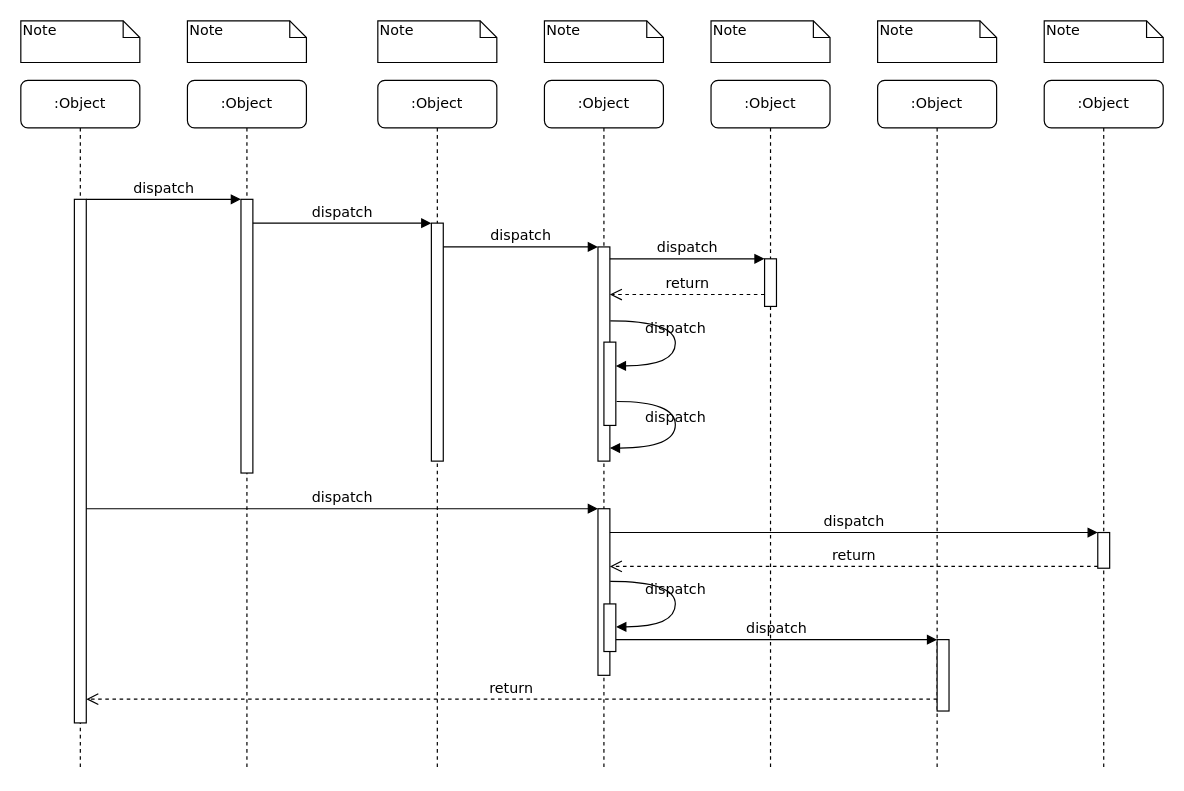
Earlier version of the draw.io diagram week01/week01-SequenceDiagram.drawio (iuhw/architect). Source tidied: cells renumbered, new cells numbered last; positions are measured from the earlier drawing's top-left corner, leaving out a move shared by most shapes. Both pictures are drawn from the tidied source at 119%, with x=0, y=0 at pixel (20, 20).
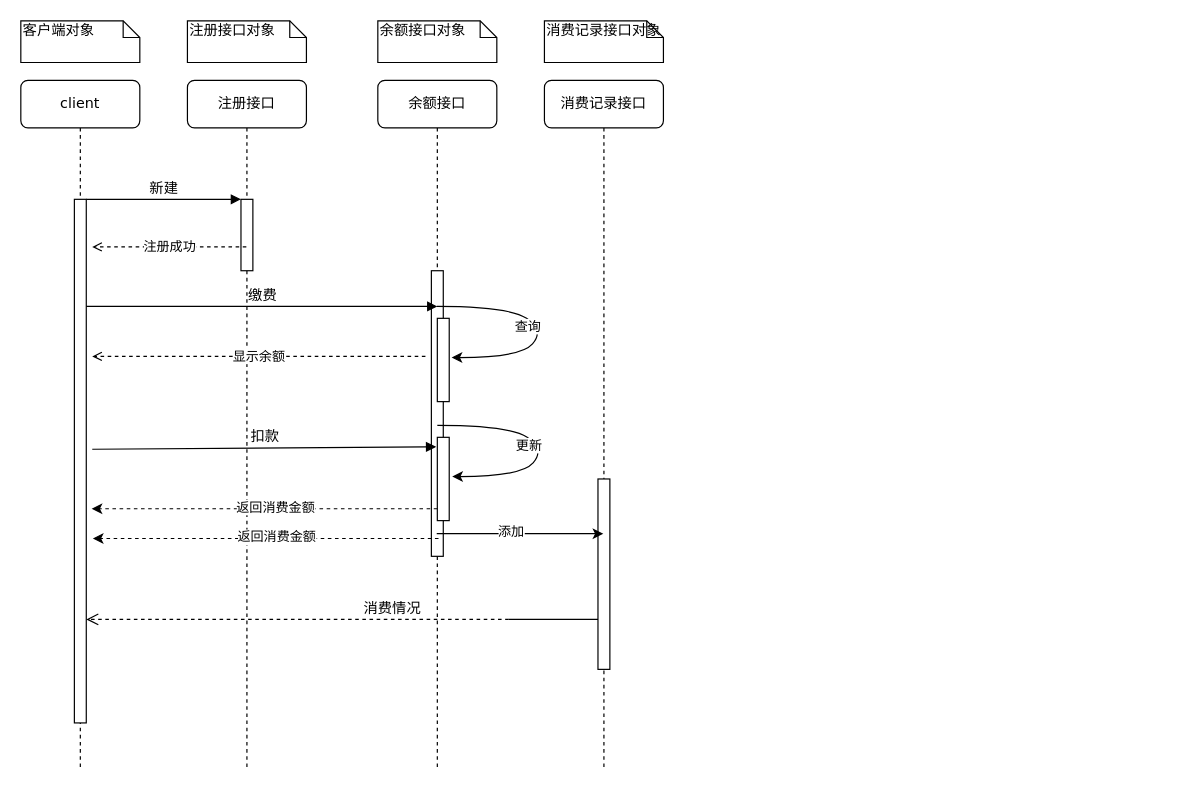
After the change.

Unchanged cells that the change refers to:
```xml
<mxCell id="11" style="html=1;points=[];perimeter=orthogonalPerimeter;rounded=0;shadow=0;comic=0;labelBackgroundColor=none;strokeWidth=1;fontFamily=Verdana;fontSize=12;align=center;" parent="10" vertex="1">
  <mxGeometry x="45" y="100" width="10" height="440" as="geometry" />
</mxCell>
```

What changed in the source:
```diff
@@
-    <mxCell id="2" value=":Object" style="shape=umlLifeline;perimeter=lifelinePerimeter;whiteSpace=wrap;html=1;outlineConnect=0;rounded=1;shadow=0;comic=0;labelBackgroundColor=none;strokeWidth=1;fontFamily=Verdana;fontSize=12;align=center;" parent="1" vertex="1">
+    <mxCell id="2" value="注册接口" style="shape=umlLifeline;perimeter=lifelinePerimeter;whiteSpace=wrap;html=1;outlineConnect=0;rounded=1;shadow=0;comic=0;labelBackgroundColor=none;strokeWidth=1;fontFamily=Verdana;fontSize=12;align=center;" parent="1" vertex="1">
       <mxGeometry x="140" y="50" width="100" height="580" as="geometry" />
     </mxCell>
     <mxCell id="3" style="html=1;points=[];perimeter=orthogonalPerimeter;rounded=0;shadow=0;comic=0;labelBackgroundColor=none;strokeWidth=1;fontFamily=Verdana;fontSize=12;align=center;" parent="2" vertex="1">
-      <mxGeometry x="45" y="100" width="10" height="230" as="geometry" />
+      <mxGeometry x="45" y="100" width="10" height="60" as="geometry" />
     </mxCell>
-    <mxCell id="4" value=":Object" style="shape=umlLifeline;perimeter=lifelinePerimeter;whiteSpace=wrap;html=1;outlineConnect=0;rounded=1;shadow=0;comic=0;labelBackgroundColor=none;strokeWidth=1;fontFamily=Verdana;fontSize=12;align=center;" parent="1" vertex="1">
+    <mxCell id="4" value="余额接口" style="shape=umlLifeline;perimeter=lifelinePerimeter;whiteSpace=wrap;html=1;outlineConnect=0;rounded=1;shadow=0;comic=0;labelBackgroundColor=none;strokeWidth=1;fontFamily=Verdana;fontSize=12;align=center;" parent="1" vertex="1">
       <mxGeometry x="300" y="50" width="100" height="580" as="geometry" />
     </mxCell>
     <mxCell id="5" style="html=1;points=[];perimeter=orthogonalPerimeter;rounded=0;shadow=0;comic=0;labelBackgroundColor=none;strokeWidth=1;fontFamily=Verdana;fontSize=12;align=center;" parent="4" vertex="1">
-      <mxGeometry x="45" y="120" width="10" height="200" as="geometry" />
+      <mxGeometry x="45" y="160" width="10" height="240" as="geometry" />
     </mxCell>
-    <mxCell id="6" value=":Object" style="shape=umlLifeline;perimeter=lifelinePerimeter;whiteSpace=wrap;html=1;rounded=1;shadow=0;comic=0;labelBackgroundColor=none;strokeWidth=1;fontFamily=Verdana;fontSize=12;align=center;" parent="1" vertex="1">
+    <mxCell id="6" value="消费记录接口" style="shape=umlLifeline;perimeter=lifelinePerimeter;whiteSpace=wrap;html=1;rounded=1;shadow=0;comic=0;labelBackgroundColor=none;strokeWidth=1;fontFamily=Verdana;fontSize=12;align=center;" parent="1" vertex="1">
       <mxGeometry x="440" y="50" width="100" height="580" as="geometry" />
     </mxCell>
-    <mxCell id="7" value=":Object" style="shape=umlLifeline;perimeter=lifelinePerimeter;whiteSpace=wrap;html=1;rounded=1;shadow=0;comic=0;labelBackgroundColor=none;strokeWidth=1;fontFamily=Verdana;fontSize=12;align=center;" parent="1" vertex="1">
-      <mxGeometry x="580" y="50" width="100" height="580" as="geometry" />
-    </mxCell>
-    <mxCell id="8" value=":Object" style="shape=umlLifeline;perimeter=lifelinePerimeter;whiteSpace=wrap;html=1;rounded=1;shadow=0;comic=0;labelBackgroundColor=none;strokeWidth=1;fontFamily=Verdana;fontSize=12;align=center;" parent="1" vertex="1">
-      <mxGeometry x="720" y="50" width="100" height="580" as="geometry" />
-    </mxCell>
-    <mxCell id="9" value=":Object" style="shape=umlLifeline;perimeter=lifelinePerimeter;whiteSpace=wrap;html=1;rounded=1;shadow=0;comic=0;labelBackgroundColor=none;strokeWidth=1;fontFamily=Verdana;fontSize=12;align=center;" parent="1" vertex="1">
-      <mxGeometry x="860" y="50" width="100" height="580" as="geometry" />
-    </mxCell>
+    <mxCell id="30" style="html=1;points=[];perimeter=orthogonalPerimeter;rounded=0;shadow=0;comic=0;labelBackgroundColor=none;strokeWidth=1;fontFamily=Verdana;fontSize=12;align=center;" parent="6" vertex="1">
+      <mxGeometry x="45" y="335" width="10" height="160" as="geometry" />
+    </mxCell>
-    <mxCell id="10" value=":Object" style="shape=umlLifeline;perimeter=lifelinePerimeter;whiteSpace=wrap;html=1;rounded=1;shadow=0;comic=0;labelBackgroundColor=none;strokeWidth=1;fontFamily=Verdana;fontSize=12;align=center;" parent="1" vertex="1">
+    <mxCell id="10" value="client" style="shape=umlLifeline;perimeter=lifelinePerimeter;whiteSpace=wrap;html=1;rounded=1;shadow=0;comic=0;labelBackgroundColor=none;strokeWidth=1;fontFamily=Verdana;fontSize=12;align=center;" parent="1" vertex="1">
       <mxGeometry y="50" width="100" height="580" as="geometry" />
     </mxCell>
@@
-    <mxCell id="12" style="html=1;points=[];perimeter=orthogonalPerimeter;rounded=0;shadow=0;comic=0;labelBackgroundColor=none;strokeWidth=1;fontFamily=Verdana;fontSize=12;align=center;" parent="1" vertex="1">
-      <mxGeometry x="485" y="190" width="10" height="180" as="geometry" />
-    </mxCell>
-    <mxCell id="13" value="dispatch" style="html=1;verticalAlign=bottom;endArrow=block;labelBackgroundColor=none;fontFamily=Verdana;fontSize=12;edgeStyle=elbowEdgeStyle;elbow=vertical;" parent="1" edge="1" source="5" target="12">
-      <mxGeometry relative="1" as="geometry">
-        <Array as="points">
-          <mxPoint x="360" y="190" />
-        </Array>
-      </mxGeometry>
-    </mxCell>
-    <mxCell id="14" style="html=1;points=[];perimeter=orthogonalPerimeter;rounded=0;shadow=0;comic=0;labelBackgroundColor=none;strokeWidth=1;fontFamily=Verdana;fontSize=12;align=center;" parent="1" vertex="1">
-      <mxGeometry x="625" y="200" width="10" height="40" as="geometry" />
-    </mxCell>
-    <mxCell id="15" value="dispatch" style="html=1;verticalAlign=bottom;endArrow=block;entryX=0;entryY=0;labelBackgroundColor=none;fontFamily=Verdana;fontSize=12;edgeStyle=elbowEdgeStyle;elbow=vertical;" parent="1" edge="1" source="12" target="14">
-      <mxGeometry relative="1" as="geometry" />
-    </mxCell>
-    <mxCell id="16" value="return" style="html=1;verticalAlign=bottom;endArrow=open;dashed=1;endSize=8;labelBackgroundColor=none;fontFamily=Verdana;fontSize=12;edgeStyle=elbowEdgeStyle;elbow=vertical;" parent="1" edge="1" source="14" target="12">
-      <mxGeometry relative="1" as="geometry">
-        <Array as="points">
-          <mxPoint x="570" y="230" />
-          <mxPoint x="600" y="230" />
-        </Array>
-      </mxGeometry>
-    </mxCell>
-    <mxCell id="17" style="html=1;points=[];perimeter=orthogonalPerimeter;rounded=0;shadow=0;comic=0;labelBackgroundColor=none;strokeWidth=1;fontFamily=Verdana;fontSize=12;align=center;" parent="1" vertex="1">
-      <mxGeometry x="485" y="410" width="10" height="140" as="geometry" />
-    </mxCell>
-    <mxCell id="18" value="dispatch" style="html=1;verticalAlign=bottom;endArrow=block;entryX=0;entryY=0;labelBackgroundColor=none;fontFamily=Verdana;fontSize=12;" parent="1" edge="1" source="11" target="17">
-      <mxGeometry relative="1" as="geometry" />
-    </mxCell>
-    <mxCell id="19" style="html=1;points=[];perimeter=orthogonalPerimeter;rounded=0;shadow=0;comic=0;labelBackgroundColor=none;strokeColor=#000000;strokeWidth=1;fillColor=#FFFFFF;fontFamily=Verdana;fontSize=12;fontColor=#000000;align=center;" parent="1" vertex="1">
-      <mxGeometry x="905" y="430" width="10" height="30" as="geometry" />
-    </mxCell>
-    <mxCell id="20" value="dispatch" style="html=1;verticalAlign=bottom;endArrow=block;entryX=0;entryY=0;labelBackgroundColor=none;fontFamily=Verdana;fontSize=12;" parent="1" edge="1" source="17" target="19">
-      <mxGeometry relative="1" as="geometry" />
-    </mxCell>
-    <mxCell id="21" value="return" style="html=1;verticalAlign=bottom;endArrow=open;dashed=1;endSize=8;exitX=0;exitY=0.95;labelBackgroundColor=none;fontFamily=Verdana;fontSize=12;" parent="1" edge="1" source="19" target="17">
-      <mxGeometry relative="1" as="geometry" />
-    </mxCell>
-    <mxCell id="22" style="html=1;points=[];perimeter=orthogonalPerimeter;rounded=0;shadow=0;comic=0;labelBackgroundColor=none;strokeWidth=1;fontFamily=Verdana;fontSize=12;align=center;" parent="1" vertex="1">
-      <mxGeometry x="770" y="520" width="10" height="60" as="geometry" />
-    </mxCell>
-    <mxCell id="23" value="dispatch" style="html=1;verticalAlign=bottom;endArrow=block;entryX=0;entryY=0;labelBackgroundColor=none;fontFamily=Verdana;fontSize=12;edgeStyle=elbowEdgeStyle;elbow=vertical;" parent="1" edge="1" source="30" target="22">
-      <mxGeometry relative="1" as="geometry" />
-    </mxCell>
-    <mxCell id="24" value="return" style="html=1;verticalAlign=bottom;endArrow=open;dashed=1;endSize=8;labelBackgroundColor=none;fontFamily=Verdana;fontSize=12;edgeStyle=elbowEdgeStyle;elbow=vertical;" parent="1" edge="1" source="22" target="11">
+    <mxCell id="24" value="消费情况" style="html=1;verticalAlign=bottom;endArrow=open;dashed=1;endSize=8;labelBackgroundColor=none;fontFamily=Verdana;fontSize=12;edgeStyle=elbowEdgeStyle;elbow=vertical;" parent="1" edge="1">
       <mxGeometry relative="1" as="geometry">
+        <mxPoint x="410" y="503" as="sourcePoint" />
+        <mxPoint x="55" y="503" as="targetPoint" />
         <Array as="points">
-          <mxPoint x="470" y="570" />
+          <mxPoint x="490" y="503" />
         </Array>
       </mxGeometry>
     </mxCell>
-    <mxCell id="25" value="dispatch" style="html=1;verticalAlign=bottom;endArrow=block;entryX=0;entryY=0;labelBackgroundColor=none;fontFamily=Verdana;fontSize=12;edgeStyle=elbowEdgeStyle;elbow=vertical;" parent="1" edge="1" source="11" target="3">
+    <mxCell id="25" value="新建" style="html=1;verticalAlign=bottom;endArrow=block;entryX=0;entryY=0;labelBackgroundColor=none;fontFamily=Verdana;fontSize=12;edgeStyle=elbowEdgeStyle;elbow=vertical;" parent="1" edge="1" source="11" target="3">
       <mxGeometry relative="1" as="geometry" />
     </mxCell>
-    <mxCell id="26" value="dispatch" style="html=1;verticalAlign=bottom;endArrow=block;entryX=0;entryY=0;labelBackgroundColor=none;fontFamily=Verdana;fontSize=12;edgeStyle=elbowEdgeStyle;elbow=vertical;" parent="1" edge="1" source="3" target="5">
-      <mxGeometry relative="1" as="geometry" />
+    <mxCell id="26" value="缴费" style="html=1;verticalAlign=bottom;endArrow=block;labelBackgroundColor=none;fontFamily=Verdana;fontSize=12;edgeStyle=elbowEdgeStyle;elbow=vertical;" parent="1" edge="1" source="11">
+      <mxGeometry relative="1" as="geometry">
+        <mxPoint x="350" y="240" as="targetPoint" />
+        <Array as="points">
+          <mxPoint x="240" y="240" />
+          <mxPoint x="280" y="220" />
+          <mxPoint x="120" y="310" />
+          <mxPoint x="220" y="310" />
+        </Array>
+      </mxGeometry>
     </mxCell>
     <mxCell id="27" style="html=1;points=[];perimeter=orthogonalPerimeter;rounded=0;shadow=0;comic=0;labelBackgroundColor=none;strokeWidth=1;fontFamily=Verdana;fontSize=12;align=center;" parent="1" vertex="1">
-      <mxGeometry x="490" y="270" width="10" height="70" as="geometry" />
+      <mxGeometry x="350" y="250" width="10" height="70" as="geometry" />
     </mxCell>
-    <mxCell id="28" value="dispatch" style="html=1;verticalAlign=bottom;endArrow=block;labelBackgroundColor=none;fontFamily=Verdana;fontSize=12;elbow=vertical;edgeStyle=orthogonalEdgeStyle;curved=1;entryX=1;entryY=0.286;entryPerimeter=0;exitX=1.038;exitY=0.345;exitPerimeter=0;" parent="1" edge="1" source="12" target="27">
-      <mxGeometry relative="1" as="geometry">
-        <Array as="points">
-          <mxPoint x="550" y="252" />
-          <mxPoint x="550" y="290" />
-        </Array>
-      </mxGeometry>
-    </mxCell>
-    <mxCell id="29" value="dispatch" style="html=1;verticalAlign=bottom;endArrow=block;labelBackgroundColor=none;fontFamily=Verdana;fontSize=12;elbow=vertical;edgeStyle=orthogonalEdgeStyle;curved=1;exitX=1.066;exitY=0.713;exitPerimeter=0;" parent="1" edge="1" source="27">
-      <mxGeometry relative="1" as="geometry">
-        <mxPoint x="495" y="359" as="targetPoint" />
-        <Array as="points">
-          <mxPoint x="550" y="320" />
-          <mxPoint x="550" y="359" />
-        </Array>
-      </mxGeometry>
-    </mxCell>
-    <mxCell id="30" style="html=1;points=[];perimeter=orthogonalPerimeter;rounded=0;shadow=0;comic=0;labelBackgroundColor=none;strokeWidth=1;fontFamily=Verdana;fontSize=12;align=center;" parent="1" vertex="1">
-      <mxGeometry x="490" y="490" width="10" height="40" as="geometry" />
-    </mxCell>
-    <mxCell id="31" value="dispatch" style="html=1;verticalAlign=bottom;endArrow=block;labelBackgroundColor=none;fontFamily=Verdana;fontSize=12;elbow=vertical;edgeStyle=orthogonalEdgeStyle;curved=1;entryX=1;entryY=0.286;entryPerimeter=0;exitX=1.038;exitY=0.345;exitPerimeter=0;" parent="1" edge="1">
-      <mxGeometry relative="1" as="geometry">
-        <mxPoint x="495.3" y="471" as="sourcePoint" />
-        <mxPoint x="500.3" y="509.3" as="targetPoint" />
-        <Array as="points">
-          <mxPoint x="550" y="471" />
-          <mxPoint x="550" y="509" />
-        </Array>
-      </mxGeometry>
-    </mxCell>
-    <mxCell id="32" value="Note" style="shape=note;whiteSpace=wrap;html=1;size=14;verticalAlign=top;align=left;spacingTop=-6;rounded=0;shadow=0;comic=0;labelBackgroundColor=none;strokeWidth=1;fontFamily=Verdana;fontSize=12;" parent="1" vertex="1">
+    <mxCell id="32" value="客户端对象" style="shape=note;whiteSpace=wrap;html=1;size=14;verticalAlign=top;align=left;spacingTop=-6;rounded=0;shadow=0;comic=0;labelBackgroundColor=none;strokeWidth=1;fontFamily=Verdana;fontSize=12;" parent="1" vertex="1">
       <mxGeometry width="100" height="35" as="geometry" />
     </mxCell>
-    <mxCell id="33" value="Note" style="shape=note;whiteSpace=wrap;html=1;size=14;verticalAlign=top;align=left;spacingTop=-6;rounded=0;shadow=0;comic=0;labelBackgroundColor=none;strokeWidth=1;fontFamily=Verdana;fontSize=12;" parent="1" vertex="1">
+    <mxCell id="33" value="注册接口对象" style="shape=note;whiteSpace=wrap;html=1;size=14;verticalAlign=top;align=left;spacingTop=-6;rounded=0;shadow=0;comic=0;labelBackgroundColor=none;strokeWidth=1;fontFamily=Verdana;fontSize=12;" parent="1" vertex="1">
       <mxGeometry x="140" width="100" height="35" as="geometry" />
     </mxCell>
-    <mxCell id="34" value="Note" style="shape=note;whiteSpace=wrap;html=1;size=14;verticalAlign=top;align=left;spacingTop=-6;rounded=0;shadow=0;comic=0;labelBackgroundColor=none;strokeWidth=1;fontFamily=Verdana;fontSize=12;" parent="1" vertex="1">
+    <mxCell id="34" value="余额接口对象" style="shape=note;whiteSpace=wrap;html=1;size=14;verticalAlign=top;align=left;spacingTop=-6;rounded=0;shadow=0;comic=0;labelBackgroundColor=none;strokeWidth=1;fontFamily=Verdana;fontSize=12;" parent="1" vertex="1">
       <mxGeometry x="300" width="100" height="35" as="geometry" />
     </mxCell>
-    <mxCell id="35" value="Note" style="shape=note;whiteSpace=wrap;html=1;size=14;verticalAlign=top;align=left;spacingTop=-6;rounded=0;shadow=0;comic=0;labelBackgroundColor=none;strokeWidth=1;fontFamily=Verdana;fontSize=12;" parent="1" vertex="1">
+    <mxCell id="35" value="消费记录接口对象" style="shape=note;whiteSpace=wrap;html=1;size=14;verticalAlign=top;align=left;spacingTop=-6;rounded=0;shadow=0;comic=0;labelBackgroundColor=none;strokeWidth=1;fontFamily=Verdana;fontSize=12;" parent="1" vertex="1">
       <mxGeometry x="440" width="100" height="35" as="geometry" />
     </mxCell>
-    <mxCell id="36" value="Note" style="shape=note;whiteSpace=wrap;html=1;size=14;verticalAlign=top;align=left;spacingTop=-6;rounded=0;shadow=0;comic=0;labelBackgroundColor=none;strokeWidth=1;fontFamily=Verdana;fontSize=12;" parent="1" vertex="1">
-      <mxGeometry x="580" width="100" height="35" as="geometry" />
-    </mxCell>
-    <mxCell id="37" value="Note" style="shape=note;whiteSpace=wrap;html=1;size=14;verticalAlign=top;align=left;spacingTop=-6;rounded=0;shadow=0;comic=0;labelBackgroundColor=none;strokeWidth=1;fontFamily=Verdana;fontSize=12;" parent="1" vertex="1">
-      <mxGeometry x="720" width="100" height="35" as="geometry" />
-    </mxCell>
-    <mxCell id="38" value="Note" style="shape=note;whiteSpace=wrap;html=1;size=14;verticalAlign=top;align=left;spacingTop=-6;rounded=0;shadow=0;comic=0;labelBackgroundColor=none;strokeWidth=1;fontFamily=Verdana;fontSize=12;" parent="1" vertex="1">
-      <mxGeometry x="860" width="100" height="35" as="geometry" />
-    </mxCell>
+    <mxCell id="39" value="显示余额" style="edgeStyle=orthogonalEdgeStyle;rounded=0;orthogonalLoop=1;jettySize=auto;html=1;dashed=1;endArrow=open;endFill=0;" parent="1" edge="1">
+      <mxGeometry relative="1" as="geometry">
+        <mxPoint x="340" y="282" as="sourcePoint" />
+        <mxPoint x="60" y="282" as="targetPoint" />
+        <Array as="points">
+          <mxPoint x="340" y="282" />
+          <mxPoint x="60" y="282" />
+        </Array>
+      </mxGeometry>
+    </mxCell>
+    <mxCell id="40" value="注册成功" style="edgeStyle=orthogonalEdgeStyle;rounded=0;jettySize=auto;html=1;dashed=1;endArrow=open;endFill=0;" parent="1" edge="1" source="2">
+      <mxGeometry relative="1" as="geometry">
+        <mxPoint x="60" y="190" as="targetPoint" />
+        <Array as="points">
+          <mxPoint x="150" y="190" />
+          <mxPoint x="150" y="190" />
+        </Array>
+      </mxGeometry>
+    </mxCell>
+    <mxCell id="41" value="扣款" style="html=1;verticalAlign=bottom;endArrow=block;labelBackgroundColor=none;fontFamily=Verdana;fontSize=12;entryX=-0.1;entryY=0.957;entryDx=0;entryDy=0;entryPerimeter=0;" parent="1" edge="1">
+      <mxGeometry relative="1" as="geometry">
+        <mxPoint x="60" y="360" as="sourcePoint" />
+        <mxPoint x="349" y="358" as="targetPoint" />
+      </mxGeometry>
+    </mxCell>
+    <mxCell id="42" style="curved=1;endArrow=classic;html=1;entryX=1.2;entryY=0.471;entryDx=0;entryDy=0;entryPerimeter=0;" parent="1" edge="1" source="4" target="27">
+      <mxGeometry relative="1" as="geometry">
+        <Array as="points">
+          <mxPoint x="410" y="240" />
+          <mxPoint x="440" y="260" />
+          <mxPoint x="420" y="283" />
+        </Array>
+      </mxGeometry>
+    </mxCell>
+    <mxCell id="43" value="查询" style="edgeLabel;html=1;align=center;verticalAlign=middle;" parent="42" vertex="1">
+      <mxGeometry x="-0.1" y="-5" relative="1" as="geometry" />
+    </mxCell>
+    <mxCell id="44" style="html=1;perimeter=orthogonalPerimeter;rounded=0;shadow=0;comic=0;labelBackgroundColor=none;strokeWidth=1;fontFamily=Verdana;fontSize=12;align=center;" parent="1" vertex="1">
+      <mxGeometry x="350" y="350" width="10" height="70" as="geometry" />
+    </mxCell>
+    <mxCell id="45" style="curved=1;endArrow=classic;html=1;entryX=1.2;entryY=0.471;entryDx=0;entryDy=0;entryPerimeter=0;" parent="1" edge="1">
+      <mxGeometry relative="1" as="geometry">
+        <mxPoint x="350" y="340" as="sourcePoint" />
+        <mxPoint x="362.5" y="383" as="targetPoint" />
+        <Array as="points">
+          <mxPoint x="410.5" y="340" />
+          <mxPoint x="440.5" y="360" />
+          <mxPoint x="420.5" y="383" />
+        </Array>
+      </mxGeometry>
+    </mxCell>
+    <mxCell id="46" value="更新" style="edgeLabel;html=1;align=center;verticalAlign=middle;" parent="45" vertex="1">
+      <mxGeometry x="-0.1" y="-5" relative="1" as="geometry" />
+    </mxCell>
+    <mxCell id="47" style="endArrow=classic;html=1;" parent="1" edge="1">
+      <mxGeometry relative="1" as="geometry">
+        <mxPoint x="349.5" y="431" as="sourcePoint" />
+        <mxPoint x="489.5" y="431" as="targetPoint" />
+        <Array as="points">
+          <mxPoint x="400" y="431" />
+        </Array>
+      </mxGeometry>
+    </mxCell>
+    <mxCell id="48" value="添加" style="edgeLabel;html=1;align=center;verticalAlign=middle;" parent="47" vertex="1">
+      <mxGeometry x="-0.11" y="3" relative="1" as="geometry" />
+    </mxCell>
+    <mxCell id="49" style="endArrow=classic;html=1;dashed=1;" parent="1" edge="1">
+      <mxGeometry relative="1" as="geometry">
+        <mxPoint x="350" y="410" as="sourcePoint" />
+        <mxPoint x="59.5" y="410" as="targetPoint" />
+      </mxGeometry>
+    </mxCell>
+    <mxCell id="50" value="返回消费金额" style="edgeLabel;html=1;align=center;verticalAlign=middle;" parent="49" vertex="1">
+      <mxGeometry x="-0.06" y="-2" relative="1" as="geometry" />
+    </mxCell>
+    <mxCell id="51" style="endArrow=classic;html=1;dashed=1;" parent="1" edge="1">
+      <mxGeometry relative="1" as="geometry">
+        <mxPoint x="351" y="435" as="sourcePoint" />
+        <mxPoint x="60.5" y="435" as="targetPoint" />
+      </mxGeometry>
+    </mxCell>
+    <mxCell id="52" value="返回消费金额" style="edgeLabel;html=1;align=center;verticalAlign=middle;" parent="51" vertex="1">
+      <mxGeometry x="-0.06" y="-2" relative="1" as="geometry" />
+    </mxCell>
```
